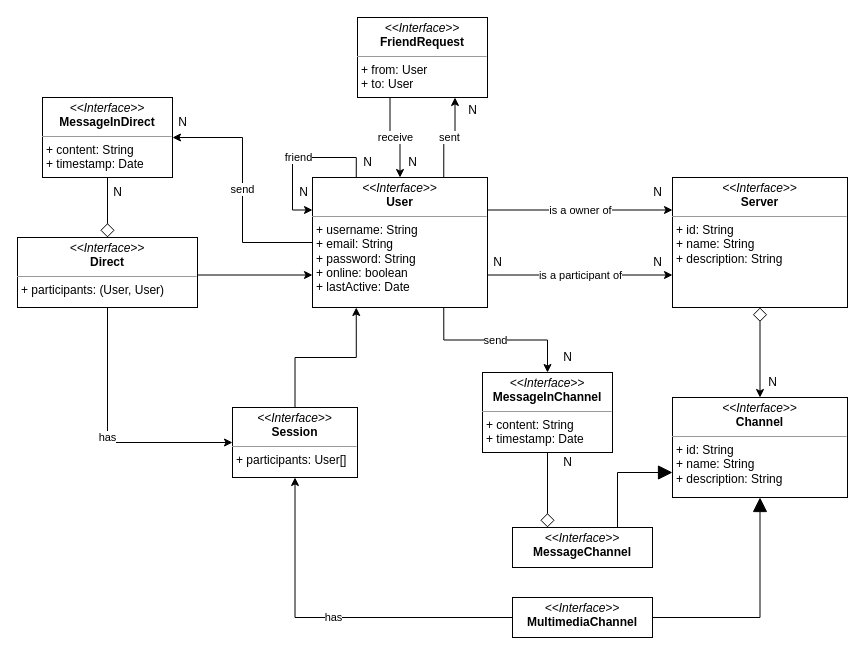
Above: page "Dominio" (3 of 7) of resources/piperchat.drawio in zucchero-sintattico/piperchat (draw.io), before the change. Source tidied: cells renumbered, new cells numbered last; positions are measured from the earlier drawing's top-left corner, leaving out a move shared by most shapes. Both pictures are drawn from the tidied source at 100%, with x=0, y=0 at pixel (17, 17).
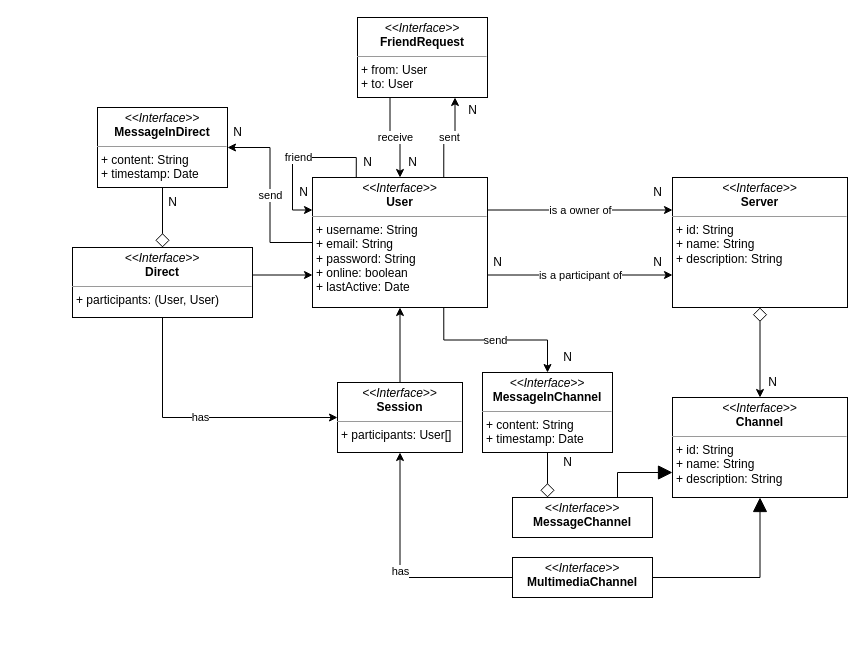
The same diagram, later.

The change refers to these unchanged cells:
```xml
<mxCell id="7" value="&lt;p style=&quot;margin:0px;margin-top:4px;text-align:center;&quot;&gt;&lt;i&gt;&amp;lt;&amp;lt;Interface&amp;gt;&amp;gt;&lt;/i&gt;&lt;br&gt;&lt;b&gt;User&lt;/b&gt;&lt;/p&gt;&lt;hr size=&quot;1&quot;&gt;&lt;p style=&quot;margin:0px;margin-left:4px;&quot;&gt;+ username: String&lt;/p&gt;&lt;p style=&quot;margin:0px;margin-left:4px;&quot;&gt;+ email: String&lt;/p&gt;&lt;p style=&quot;margin:0px;margin-left:4px;&quot;&gt;+ password: String&lt;/p&gt;&lt;p style=&quot;margin:0px;margin-left:4px;&quot;&gt;+ online: boolean&lt;/p&gt;&lt;p style=&quot;margin:0px;margin-left:4px;&quot;&gt;+ lastActive: Date&lt;/p&gt;" style="verticalAlign=top;align=left;overflow=fill;fontSize=12;fontFamily=Helvetica;html=1;whiteSpace=wrap;" parent="1" vertex="1">
  <mxGeometry x="295" y="160" width="175" height="130" as="geometry" />
</mxCell>
```

What changed in the source:
```diff
@@
     <mxCell id="19" value="&lt;p style=&quot;margin:0px;margin-top:4px;text-align:center;&quot;&gt;&lt;i&gt;&amp;lt;&amp;lt;Interface&amp;gt;&amp;gt;&lt;/i&gt;&lt;br&gt;&lt;b&gt;MessageChannel&lt;/b&gt;&lt;/p&gt;&lt;p style=&quot;margin:0px;margin-left:4px;&quot;&gt;&lt;br&gt;&lt;/p&gt;" style="verticalAlign=top;align=left;overflow=fill;fontSize=12;fontFamily=Helvetica;html=1;whiteSpace=wrap;" parent="1" vertex="1">
-      <mxGeometry x="495" y="510" width="140" height="40" as="geometry" />
+      <mxGeometry x="495" y="480" width="140" height="40" as="geometry" />
     </mxCell>
@@
     <mxCell id="22" value="&lt;p style=&quot;margin:0px;margin-top:4px;text-align:center;&quot;&gt;&lt;i&gt;&amp;lt;&amp;lt;Interface&amp;gt;&amp;gt;&lt;/i&gt;&lt;br&gt;&lt;b&gt;MultimediaChannel&lt;/b&gt;&lt;/p&gt;&lt;p style=&quot;margin:0px;margin-left:4px;&quot;&gt;&lt;br&gt;&lt;/p&gt;" style="verticalAlign=top;align=left;overflow=fill;fontSize=12;fontFamily=Helvetica;html=1;whiteSpace=wrap;" parent="1" vertex="1">
-      <mxGeometry x="495" y="580" width="140" height="40" as="geometry" />
+      <mxGeometry x="495" y="540" width="140" height="40" as="geometry" />
     </mxCell>
@@
     <mxCell id="34" value="&lt;p style=&quot;margin:0px;margin-top:4px;text-align:center;&quot;&gt;&lt;i&gt;&amp;lt;&amp;lt;Interface&amp;gt;&amp;gt;&lt;/i&gt;&lt;br&gt;&lt;b&gt;Direct&lt;/b&gt;&lt;/p&gt;&lt;hr size=&quot;1&quot;&gt;&lt;p style=&quot;margin:0px;margin-left:4px;&quot;&gt;+ participants: (User, User)&lt;/p&gt;&lt;p style=&quot;margin:0px;margin-left:4px;&quot;&gt;&lt;br&gt;&lt;/p&gt;" style="verticalAlign=top;align=left;overflow=fill;fontSize=12;fontFamily=Helvetica;html=1;whiteSpace=wrap;" parent="1" vertex="1">
-      <mxGeometry y="220" width="180" height="70" as="geometry" />
+      <mxGeometry x="55" y="230" width="180" height="70" as="geometry" />
     </mxCell>
     <mxCell id="35" value="&lt;p style=&quot;margin:0px;margin-top:4px;text-align:center;&quot;&gt;&lt;i&gt;&amp;lt;&amp;lt;Interface&amp;gt;&amp;gt;&lt;/i&gt;&lt;br&gt;&lt;b&gt;MessageInDirect&lt;/b&gt;&lt;/p&gt;&lt;hr size=&quot;1&quot;&gt;&lt;p style=&quot;margin:0px;margin-left:4px;&quot;&gt;+ content: String&lt;/p&gt;&lt;p style=&quot;margin:0px;margin-left:4px;&quot;&gt;+ timestamp: Date&lt;/p&gt;&lt;p style=&quot;margin:0px;margin-left:4px;&quot;&gt;&lt;br&gt;&lt;/p&gt;" style="verticalAlign=top;align=left;overflow=fill;fontSize=12;fontFamily=Helvetica;html=1;whiteSpace=wrap;" parent="1" vertex="1">
-      <mxGeometry x="25" y="80" width="130" height="80" as="geometry" />
+      <mxGeometry x="80" y="90" width="130" height="80" as="geometry" />
     </mxCell>
     <mxCell id="36" value="N" style="text;html=1;align=center;verticalAlign=middle;strokeColor=none;fillColor=none;" parent="1" vertex="1">
-      <mxGeometry x="150" y="90" width="30" height="30" as="geometry" />
+      <mxGeometry x="205" y="100" width="30" height="30" as="geometry" />
     </mxCell>
     <mxCell id="37" value="N" style="text;html=1;align=center;verticalAlign=middle;strokeColor=none;fillColor=none;" parent="1" vertex="1">
-      <mxGeometry x="85" y="160" width="30" height="30" as="geometry" />
+      <mxGeometry x="140" y="170" width="30" height="30" as="geometry" />
     </mxCell>
-    <mxCell id="38" style="edgeStyle=orthogonalEdgeStyle;rounded=0;jettySize=auto;html=1;exitX=0.5;exitY=0;exitDx=0;exitDy=0;entryX=0.25;entryY=1;entryDx=0;entryDy=0;" parent="1" edge="1" source="39" target="7">
+    <mxCell id="38" style="edgeStyle=orthogonalEdgeStyle;rounded=0;jettySize=auto;html=1;exitX=0.5;exitY=0;exitDx=0;exitDy=0;entryX=0.5;entryY=1;entryDx=0;entryDy=0;" parent="1" edge="1" source="39" target="7">
       <mxGeometry relative="1" as="geometry" />
     </mxCell>
     <mxCell id="39" value="&lt;p style=&quot;margin:0px;margin-top:4px;text-align:center;&quot;&gt;&lt;i&gt;&amp;lt;&amp;lt;Interface&amp;gt;&amp;gt;&lt;/i&gt;&lt;br&gt;&lt;b&gt;Session&lt;/b&gt;&lt;/p&gt;&lt;hr size=&quot;1&quot;&gt;&lt;p style=&quot;margin:0px;margin-left:4px;&quot;&gt;&lt;span style=&quot;background-color: initial;&quot;&gt;+ participants: User[]&lt;/span&gt;&lt;br&gt;&lt;/p&gt;&lt;p style=&quot;margin:0px;margin-left:4px;&quot;&gt;&lt;br&gt;&lt;/p&gt;" style="verticalAlign=top;align=left;overflow=fill;fontSize=12;fontFamily=Helvetica;html=1;whiteSpace=wrap;" parent="1" vertex="1">
-      <mxGeometry x="215" y="390" width="125" height="70" as="geometry" />
+      <mxGeometry x="320" y="365" width="125" height="70" as="geometry" />
     </mxCell>
```
